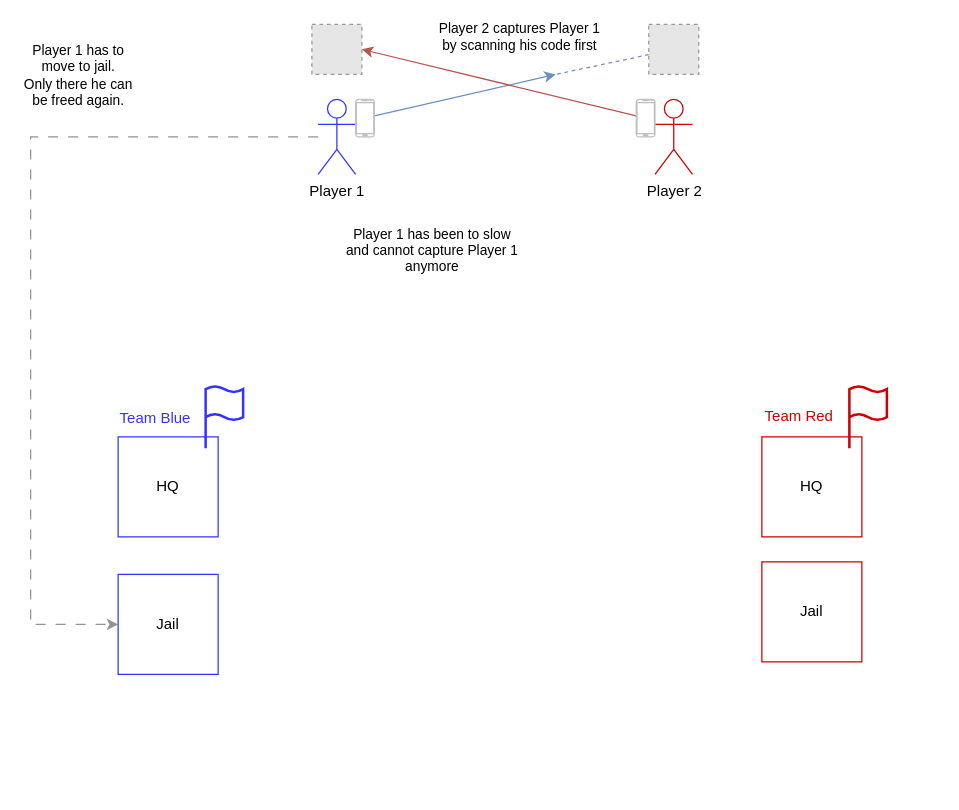
This is concept/Use Case 002.drawio from Hg347/ctf-rush, a draw.io file, before an edit. Source tidied: cells renumbered, new cells numbered last; positions are measured from the earlier drawing's top-left corner, leaving out a move shared by most shapes. Both pictures are drawn from the tidied source at 125%, with x=0, y=0 at pixel (30, 24). Pictures stored in the file or linked from it are replaced by grey dashed boxes.
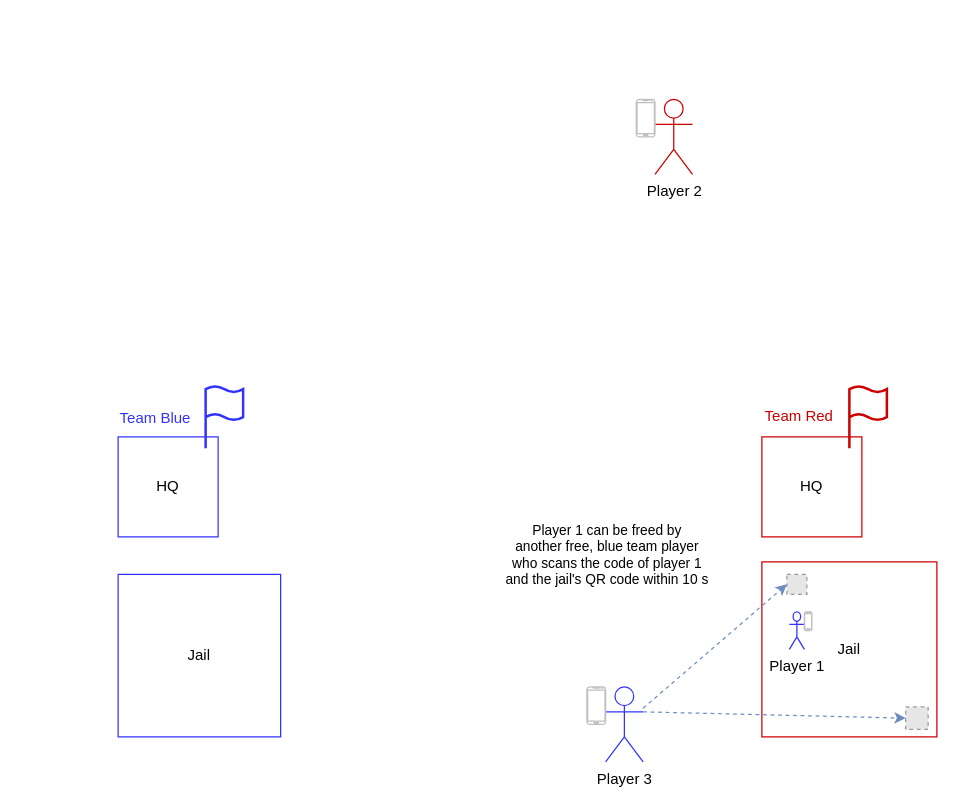
The same page after the edit.

Unchanged cells that the change refers to:
```xml
<mxCell id="21" style="verticalLabelPosition=bottom;verticalAlign=top;html=1;shadow=0;dashed=0;strokeWidth=1;shape=mxgraph.android.phone2;strokeColor=#c0c0c0;" parent="1" vertex="1">
  <mxGeometry x="484.5" y="60" width="15" height="30" as="geometry" />
</mxCell>
```

What changed in the source:
```diff
@@
-    <mxCell id="2" style="edgeStyle=orthogonalEdgeStyle;rounded=0;jettySize=auto;html=1;entryX=0;entryY=0.5;entryDx=0;entryDy=0;dashed=1;dashPattern=8 8;fillColor=#f5f5f5;strokeColor=#939393;" parent="1" edge="1" source="4" target="13">
-      <mxGeometry relative="1" as="geometry">
-        <Array as="points">
-          <mxPoint y="90" />
-          <mxPoint y="480" />
-        </Array>
-      </mxGeometry>
-    </mxCell>
-    <mxCell id="3" value="Player 1 has to &lt;br&gt;move to jail.&lt;br&gt;Only there he can &lt;br&gt;be freed again." style="edgeLabel;html=1;align=center;verticalAlign=middle;" parent="2" vertex="1">
-      <mxGeometry x="-0.44" y="5" relative="1" as="geometry">
-        <mxPoint y="-55" as="offset" />
-      </mxGeometry>
-    </mxCell>
-    <mxCell id="4" value="Player 1" style="shape=umlActor;verticalLabelPosition=bottom;verticalAlign=top;html=1;outlineConnect=0;strokeColor=#3333FF;" parent="1" vertex="1">
-      <mxGeometry x="230" y="60" width="30" height="60" as="geometry" />
-    </mxCell>
-    <mxCell id="5" style="fillColor=#E6E6E6;strokeColor=#999999;dashed=1;html=1;verticalAlign=top;verticalLabelPosition=bottom;labelBackgroundColor=#ffffff;" parent="1" vertex="1">
-      <mxGeometry x="225" width="40" height="40" as="geometry" />
-    </mxCell>
@@
-    <mxCell id="7" style="edgeStyle=none;rounded=0;jettySize=auto;html=1;fillColor=#dae8fc;strokeColor=#6c8ebf;endArrow=none;startFill=0;dashed=1;" parent="1" edge="1" source="8">
-      <mxGeometry relative="1" as="geometry">
-        <mxPoint x="420" y="40" as="targetPoint" />
-      </mxGeometry>
-    </mxCell>
-    <mxCell id="8" style="fillColor=#E6E6E6;strokeColor=#999999;dashed=1;html=1;verticalAlign=top;verticalLabelPosition=bottom;labelBackgroundColor=#ffffff;" parent="1" vertex="1">
-      <mxGeometry x="494.5" width="40" height="40" as="geometry" />
-    </mxCell>
@@
     <mxCell id="13" value="Jail" style="whiteSpace=wrap;html=1;strokeColor=#3333FF;" parent="1" vertex="1">
-      <mxGeometry x="70" y="440" width="80" height="80" as="geometry" />
+      <mxGeometry x="70" y="440" width="130" height="130" as="geometry" />
     </mxCell>
     <mxCell id="14" value="Jail" style="whiteSpace=wrap;html=1;strokeColor=#CC0000;" parent="1" vertex="1">
-      <mxGeometry x="585" y="430" width="80" height="80" as="geometry" />
+      <mxGeometry x="585" y="430" width="140" height="140" as="geometry" />
     </mxCell>
@@
-    <mxCell id="17" style="rounded=0;jettySize=auto;html=1;fillColor=#dae8fc;strokeColor=#6c8ebf;" parent="1" edge="1" source="18">
-      <mxGeometry relative="1" as="geometry">
-        <mxPoint x="420" y="40" as="targetPoint" />
-      </mxGeometry>
-    </mxCell>
-    <mxCell id="18" style="verticalLabelPosition=bottom;verticalAlign=top;html=1;shadow=0;dashed=0;strokeWidth=1;shape=mxgraph.android.phone2;strokeColor=#c0c0c0;" parent="1" vertex="1">
-      <mxGeometry x="260" y="60" width="15" height="30" as="geometry" />
-    </mxCell>
-    <mxCell id="19" style="rounded=0;jettySize=auto;html=1;entryX=1;entryY=0.5;entryDx=0;entryDy=0;fillColor=#f8cecc;strokeColor=#b85450;" parent="1" edge="1" source="21" target="5">
-      <mxGeometry relative="1" as="geometry" />
-    </mxCell>
-    <mxCell id="20" value="Player 2 captures Player 1 &lt;br&gt;by scanning his code first" style="edgeLabel;html=1;align=center;verticalAlign=middle;" parent="19" vertex="1">
-      <mxGeometry x="-0.01" y="-1" relative="1" as="geometry">
-        <mxPoint x="15" y="-36" as="offset" />
-      </mxGeometry>
-    </mxCell>
@@
-    <mxCell id="22" value="Player 1 has been to slow &lt;br&gt;and cannot capture Player 1 &lt;br&gt;anymore" style="edgeLabel;html=1;align=center;verticalAlign=middle;" parent="1" vertex="1">
-      <mxGeometry x="320" y="180" as="geometry" />
+    <mxCell id="22" value="Player 1 can be freed by &lt;br&gt;another free, blue team player &lt;br&gt;who scans the code of player 1 &lt;br&gt;and the jail's QR code within 10 s&lt;div&gt;&lt;br&gt;&lt;/div&gt;" style="edgeLabel;html=1;align=center;verticalAlign=middle;" parent="1" vertex="1">
+      <mxGeometry x="460" y="430" as="geometry" />
     </mxCell>
+    <mxCell id="23" style="group;" parent="1" vertex="1">
+      <mxGeometry x="605" y="440" width="20" height="60" as="geometry" />
+    </mxCell>
+    <mxCell id="4" value="Player 1" style="shape=umlActor;verticalLabelPosition=bottom;verticalAlign=top;html=1;outlineConnect=0;strokeColor=#3333FF;" parent="23" vertex="1">
+      <mxGeometry x="2" y="30" width="12" height="30" as="geometry" />
+    </mxCell>
+    <mxCell id="5" style="fillColor=#E6E6E6;strokeColor=#999999;dashed=1;html=1;verticalAlign=top;verticalLabelPosition=bottom;labelBackgroundColor=#ffffff;" parent="23" vertex="1">
+      <mxGeometry width="16" height="16" as="geometry" />
+    </mxCell>
+    <mxCell id="18" style="verticalLabelPosition=bottom;verticalAlign=top;html=1;shadow=0;dashed=0;strokeWidth=1;shape=mxgraph.android.phone2;strokeColor=#c0c0c0;" parent="23" vertex="1">
+      <mxGeometry x="14" y="30" width="6" height="15" as="geometry" />
+    </mxCell>
+    <mxCell id="24" style="rounded=0;jettySize=auto;html=1;entryX=0;entryY=0.5;entryDx=0;entryDy=0;fillColor=#dae8fc;strokeColor=#6c8ebf;dashed=1;" parent="1" edge="1" source="25" target="5">
+      <mxGeometry relative="1" as="geometry" />
+    </mxCell>
+    <mxCell id="25" value="Player 3" style="shape=umlActor;verticalLabelPosition=bottom;verticalAlign=top;html=1;outlineConnect=0;strokeColor=#3333FF;" parent="1" vertex="1">
+      <mxGeometry x="460" y="530" width="30" height="60" as="geometry" />
+    </mxCell>
+    <mxCell id="26" style="verticalLabelPosition=bottom;verticalAlign=top;html=1;shadow=0;dashed=0;strokeWidth=1;shape=mxgraph.android.phone2;strokeColor=#c0c0c0;" parent="1" vertex="1">
+      <mxGeometry x="445" y="530" width="15" height="30" as="geometry" />
+    </mxCell>
+    <mxCell id="27" style="fillColor=#E6E6E6;strokeColor=#999999;dashed=1;html=1;verticalAlign=top;verticalLabelPosition=bottom;labelBackgroundColor=#ffffff;" parent="1" vertex="1">
+      <mxGeometry x="700" y="546" width="18" height="18" as="geometry" />
+    </mxCell>
+    <mxCell id="28" style="rounded=0;jettySize=auto;html=1;entryX=0;entryY=0.5;entryDx=0;entryDy=0;fillColor=#dae8fc;strokeColor=#6c8ebf;exitX=1;exitY=0.3333333333333333;exitDx=0;exitDy=0;exitPerimeter=0;dashed=1;" parent="1" edge="1" source="25" target="27">
+      <mxGeometry relative="1" as="geometry" />
+    </mxCell>
```
